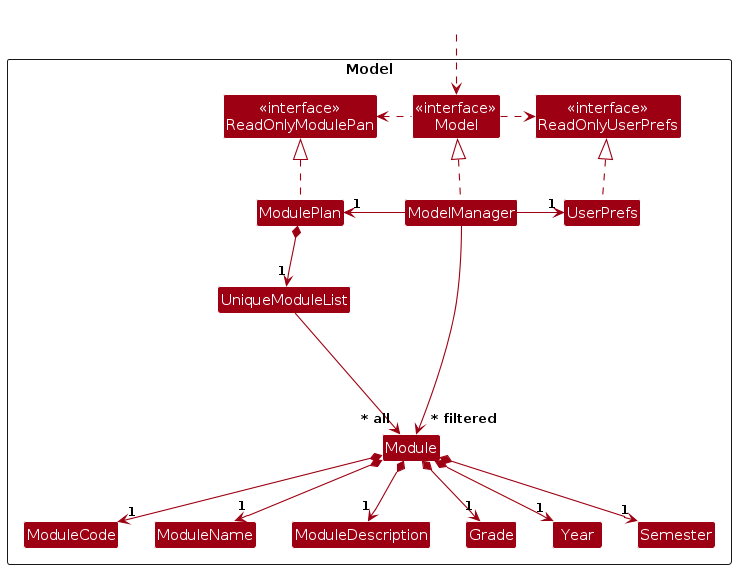
Above: diagrams/ModelClassDiagram.png in xCOLOURx/tp (PlantUML), before the change. Its source is kept beside it as diagrams/ModelClassDiagram.puml. Source of this version:
```plantuml
@startuml
!include style.puml
skinparam arrowThickness 1.1
skinparam arrowColor MODEL_COLOR
skinparam classBackgroundColor MODEL_COLOR

Package Model as ModelPackage <<Rectangle>>{
Class "<<interface>>\nReadOnlyModulePan" as ReadOnlyModulePlan
Class "<<interface>>\nReadOnlyUserPrefs" as ReadOnlyUserPrefs
Class "<<interface>>\nModel" as Model
Class ModulePlan
Class ModelManager
Class UserPrefs

Class UniqueModuleList
Class Module
Class ModuleDescription
Class Grade
Class ModuleCode
Class ModuleName
Class Year
Class Semester

Class I #FFFFFF
}

Class HiddenOutside #FFFFFF
HiddenOutside ..> Model

ModulePlan .up.|> ReadOnlyModulePlan

ModelManager .up.|> Model
Model .right.> ReadOnlyUserPrefs
Model .left.> ReadOnlyModulePlan
ModelManager -left-> "1" ModulePlan
ModelManager -right-> "1" UserPrefs
UserPrefs .up.|> ReadOnlyUserPrefs

ModulePlan *--> "1" UniqueModuleList
UniqueModuleList --> "~* all" Module
Module *--> "1" ModuleCode
Module *--> "1" ModuleName
Module *--> "1" Grade
Module *--> "1" ModuleDescription
Module *--> "1" Year
Module *--> "1" Semester

Module -[hidden]up--> I
UniqueModuleList -[hidden]right-> I

ModuleCode -[hidden]right-> ModuleName
ModuleName -[hidden]right-> ModuleDescription
ModuleDescription -[hidden]right-> Grade

ModelManager --> "~* filtered" Module
@enduml
```
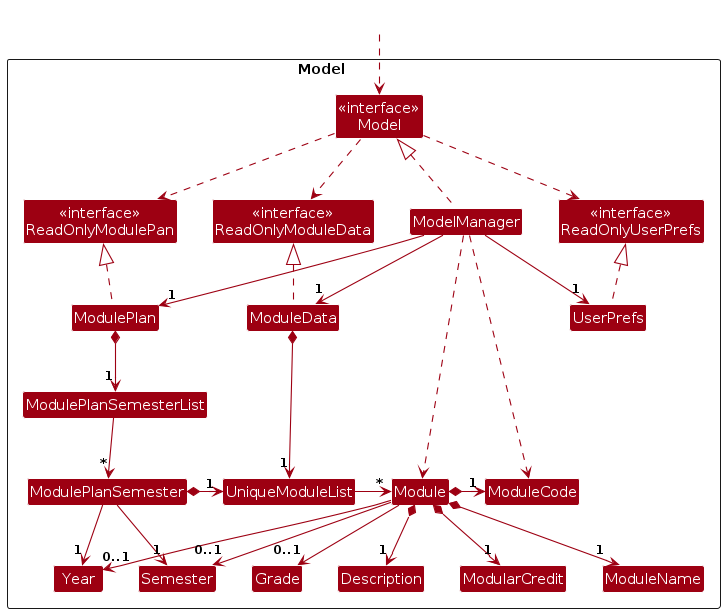
Above is the later version.

Diff of the diagram source:
```diff
@@ -4,24 +4,32 @@
 skinparam arrowColor MODEL_COLOR
 skinparam classBackgroundColor MODEL_COLOR
 
-Package Model as ModelPackage <<Rectangle>>{
-Class "<<interface>>\nReadOnlyModulePan" as ReadOnlyModulePlan
+Package "Model                 " as ModelPackage <<Rectangle>>{
+Class "<<interface>>\nModel" as Model
+Class ModelManager
+
 Class "<<interface>>\nReadOnlyUserPrefs" as ReadOnlyUserPrefs
-Class "<<interface>>\nModel" as Model
-Class ModulePlan
-Class ModelManager
+Class ReadOnlyUserPrefs
 Class UserPrefs
 
+Class "<<interface>>\nReadOnlyModulePan" as ReadOnlyModulePlan
+Class ReadOnlyModulePlan
+Class ModulePlan
+Class ModulePlanSemesterList
+Class ModulePlanSemester
 Class UniqueModuleList
 Class Module
-Class ModuleDescription
+
+Class Description
+Class ModularCredit
 Class Grade
 Class ModuleCode
 Class ModuleName
 Class Year
 Class Semester
 
-Class I #FFFFFF
+Class "<<interface>>\nReadOnlyModuleData" as ReadOnlyModuleData
+Class ModuleData
 }
 
 Class HiddenOutside #FFFFFF
@@ -30,27 +38,40 @@
 ModulePlan .up.|> ReadOnlyModulePlan
 
 ModelManager .up.|> Model
-Model .right.> ReadOnlyUserPrefs
-Model .left.> ReadOnlyModulePlan
-ModelManager -left-> "1" ModulePlan
-ModelManager -right-> "1" UserPrefs
+Model ..> ReadOnlyUserPrefs
+Model ..> ReadOnlyModulePlan
+Model ..> ReadOnlyModuleData
+ModelManager --> "1" ModulePlan
+ModelManager --> "1" UserPrefs
+ModelManager --> "1" ModuleData
+ModelManager ..> Module
+ModelManager ..> ModuleCode
+ModuleData .up.|> ReadOnlyModuleData
 UserPrefs .up.|> ReadOnlyUserPrefs
 
-ModulePlan *--> "1" UniqueModuleList
-UniqueModuleList --> "~* all" Module
-Module *--> "1" ModuleCode
+ModulePlan *--> "1" ModulePlanSemesterList
+ModulePlanSemesterList --> "~*" ModulePlanSemester
+ModulePlanSemester *-> "1" UniqueModuleList
+ModuleData *--> "1" UniqueModuleList
+UniqueModuleList -> "~*" Module
+
+ModulePlanSemester --> "1" Year
+ModulePlanSemester --> "1" Semester
+
+Module *-> "1" ModuleCode
 Module *--> "1" ModuleName
-Module *--> "1" Grade
-Module *--> "1" ModuleDescription
-Module *--> "1" Year
-Module *--> "1" Semester
+Module *--> "1" ModularCredit
+Module --> "0..1" Grade
+Module *--> "1" Description
+Module --> "0..1" Year
+Module --> "0..1" Semester
 
-Module -[hidden]up--> I
-UniqueModuleList -[hidden]right-> I
+ReadOnlyModulePlan -[hidden]right--> ReadOnlyModuleData
+ReadOnlyModuleData -[hidden]right--> ModelManager
+ModelManager -[hidden]right--> ReadOnlyUserPrefs
 
-ModuleCode -[hidden]right-> ModuleName
-ModuleName -[hidden]right-> ModuleDescription
-ModuleDescription -[hidden]right-> Grade
+Year -[hidden]right-> Semester
+Semester -[hidden]right-> Grade
 
-ModelManager --> "~* filtered" Module
+
 @enduml
```
